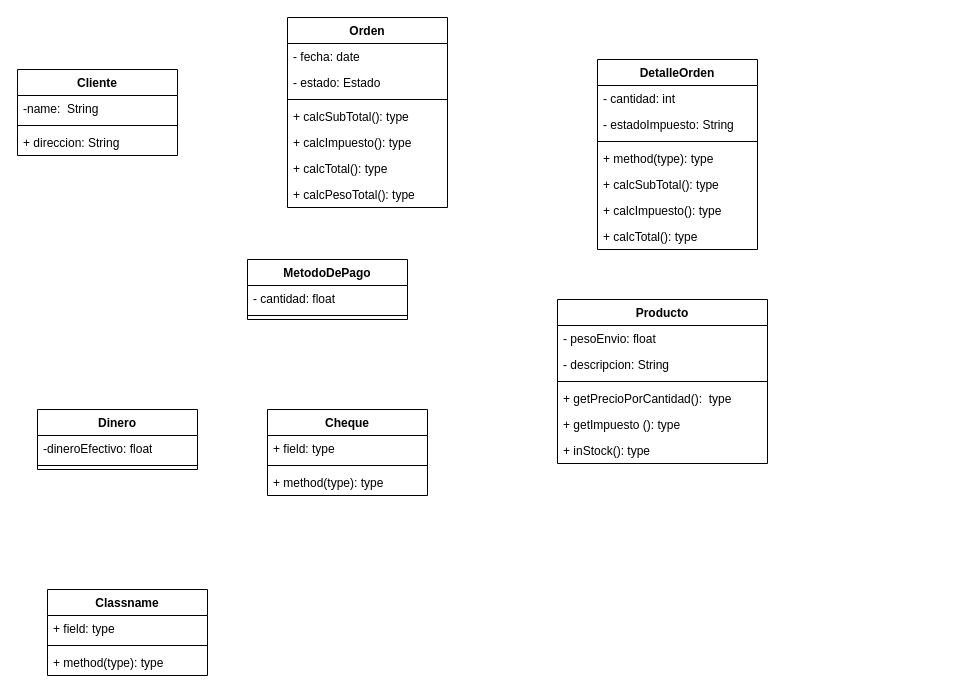
Before: ModeloTienda1.drawio in JosehpCR/DiagramasUML, a draw.io diagram. Source tidied: cells renumbered, new cells numbered last; positions are measured from the earlier drawing's top-left corner, leaving out a move shared by most shapes. Both pictures are drawn from the tidied source at 100%, with x=0, y=0 at pixel (17, 17).
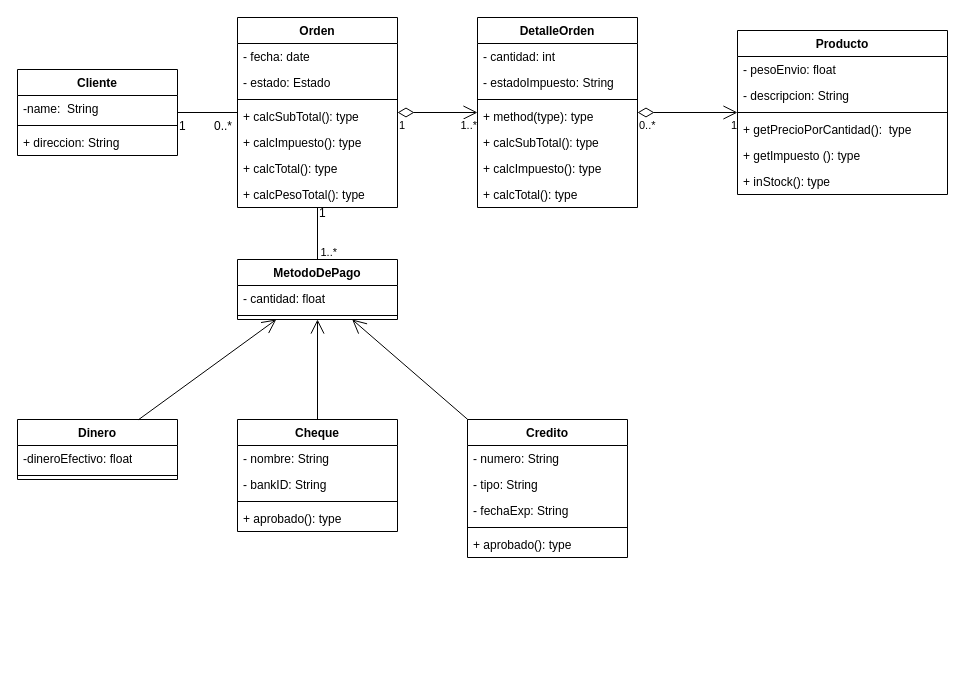
The same page after the edit.

The change refers to these unchanged cells:
```xml
<mxCell id="2" value="Cliente" style="swimlane;fontStyle=1;align=center;verticalAlign=top;horizontal=1;startSize=26;whiteSpace=wrap;html=1;" parent="1" vertex="1">
  <mxGeometry y="52" width="160" height="86" as="geometry" />
</mxCell>
```

The edit, as a diff of the source:
```diff
@@
     <mxCell id="6" value="Dinero" style="swimlane;fontStyle=1;align=center;verticalAlign=top;horizontal=1;startSize=26;whiteSpace=wrap;html=1;" parent="1" vertex="1">
-      <mxGeometry x="20" y="392" width="160" height="60" as="geometry" />
+      <mxGeometry y="402" width="160" height="60" as="geometry" />
     </mxCell>
@@
     <mxCell id="9" value="MetodoDePago" style="swimlane;fontStyle=1;align=center;verticalAlign=top;horizontal=1;startSize=26;whiteSpace=wrap;html=1;" parent="1" vertex="1">
-      <mxGeometry x="230" y="242" width="160" height="60" as="geometry" />
+      <mxGeometry x="220" y="242" width="160" height="60" as="geometry" />
     </mxCell>
@@
     <mxCell id="12" value="DetalleOrden" style="swimlane;fontStyle=1;align=center;verticalAlign=top;horizontal=1;startSize=26;whiteSpace=wrap;html=1;" parent="1" vertex="1">
-      <mxGeometry x="580" y="42" width="160" height="190" as="geometry" />
+      <mxGeometry x="460" width="160" height="190" as="geometry" />
     </mxCell>
@@
-    <mxCell id="20" value="Classname" style="swimlane;fontStyle=1;align=center;verticalAlign=top;horizontal=1;startSize=26;whiteSpace=wrap;html=1;" parent="1" vertex="1">
-      <mxGeometry x="30" y="572" width="160" height="86" as="geometry" />
+    <mxCell id="20" value="Credito" style="swimlane;fontStyle=1;align=center;verticalAlign=top;horizontal=1;startSize=26;whiteSpace=wrap;html=1;" parent="1" vertex="1">
+      <mxGeometry x="450" y="402" width="160" height="138" as="geometry" />
     </mxCell>
-    <mxCell id="21" value="+ field: type" style="text;strokeColor=none;fillColor=none;align=left;verticalAlign=top;spacingLeft=4;spacingRight=4;overflow=hidden;whiteSpace=wrap;html=1;" parent="20" vertex="1">
+    <mxCell id="21" value="- numero: String" style="text;strokeColor=none;fillColor=none;align=left;verticalAlign=top;spacingLeft=4;spacingRight=4;overflow=hidden;whiteSpace=wrap;html=1;" parent="20" vertex="1">
       <mxGeometry y="26" width="160" height="26" as="geometry" />
     </mxCell>
+    <mxCell id="43" value="- tipo: String" style="text;strokeColor=none;fillColor=none;align=left;verticalAlign=top;spacingLeft=4;spacingRight=4;overflow=hidden;whiteSpace=wrap;html=1;" parent="20" vertex="1">
+      <mxGeometry y="52" width="160" height="26" as="geometry" />
+    </mxCell>
+    <mxCell id="44" value="- fechaExp: String" style="text;strokeColor=none;fillColor=none;align=left;verticalAlign=top;spacingLeft=4;spacingRight=4;overflow=hidden;whiteSpace=wrap;html=1;" parent="20" vertex="1">
+      <mxGeometry y="78" width="160" height="26" as="geometry" />
+    </mxCell>
     <mxCell id="22" style="line;strokeWidth=1;fillColor=none;align=left;verticalAlign=middle;spacingTop=-1;spacingLeft=3;spacingRight=3;labelPosition=right;strokeColor=inherit;" parent="20" vertex="1">
-      <mxGeometry y="52" width="160" height="8" as="geometry" />
+      <mxGeometry y="104" width="160" height="8" as="geometry" />
     </mxCell>
-    <mxCell id="23" value="+ method(type): type" style="text;strokeColor=none;fillColor=none;align=left;verticalAlign=top;spacingLeft=4;spacingRight=4;overflow=hidden;whiteSpace=wrap;html=1;" parent="20" vertex="1">
-      <mxGeometry y="60" width="160" height="26" as="geometry" />
-    </mxCell>
+    <mxCell id="45" value="+ aprobado(): type" style="text;strokeColor=none;fillColor=none;align=left;verticalAlign=top;spacingLeft=4;spacingRight=4;overflow=hidden;whiteSpace=wrap;html=1;" parent="20" vertex="1">
+      <mxGeometry y="112" width="160" height="26" as="geometry" />
+    </mxCell>
     <mxCell id="24" value="Cheque" style="swimlane;fontStyle=1;align=center;verticalAlign=top;horizontal=1;startSize=26;whiteSpace=wrap;html=1;" parent="1" vertex="1">
-      <mxGeometry x="250" y="392" width="160" height="86" as="geometry" />
+      <mxGeometry x="220" y="402" width="160" height="112" as="geometry" />
     </mxCell>
-    <mxCell id="25" value="+ field: type" style="text;strokeColor=none;fillColor=none;align=left;verticalAlign=top;spacingLeft=4;spacingRight=4;overflow=hidden;whiteSpace=wrap;html=1;" parent="24" vertex="1">
+    <mxCell id="25" value="- nombre: String" style="text;strokeColor=none;fillColor=none;align=left;verticalAlign=top;spacingLeft=4;spacingRight=4;overflow=hidden;whiteSpace=wrap;html=1;" parent="24" vertex="1">
       <mxGeometry y="26" width="160" height="26" as="geometry" />
     </mxCell>
+    <mxCell id="46" value="- bankID: String" style="text;strokeColor=none;fillColor=none;align=left;verticalAlign=top;spacingLeft=4;spacingRight=4;overflow=hidden;whiteSpace=wrap;html=1;" parent="24" vertex="1">
+      <mxGeometry y="52" width="160" height="26" as="geometry" />
+    </mxCell>
     <mxCell id="26" style="line;strokeWidth=1;fillColor=none;align=left;verticalAlign=middle;spacingTop=-1;spacingLeft=3;spacingRight=3;labelPosition=right;strokeColor=inherit;" parent="24" vertex="1">
-      <mxGeometry y="52" width="160" height="8" as="geometry" />
+      <mxGeometry y="78" width="160" height="8" as="geometry" />
     </mxCell>
-    <mxCell id="27" value="+ method(type): type" style="text;strokeColor=none;fillColor=none;align=left;verticalAlign=top;spacingLeft=4;spacingRight=4;overflow=hidden;whiteSpace=wrap;html=1;" parent="24" vertex="1">
-      <mxGeometry y="60" width="160" height="26" as="geometry" />
+    <mxCell id="27" value="+ aprobado(): type" style="text;strokeColor=none;fillColor=none;align=left;verticalAlign=top;spacingLeft=4;spacingRight=4;overflow=hidden;whiteSpace=wrap;html=1;" parent="24" vertex="1">
+      <mxGeometry y="86" width="160" height="26" as="geometry" />
     </mxCell>
     <mxCell id="28" value="Producto" style="swimlane;fontStyle=1;align=center;verticalAlign=top;horizontal=1;startSize=26;whiteSpace=wrap;html=1;" parent="1" vertex="1">
-      <mxGeometry x="540" y="282" width="210" height="164" as="geometry" />
+      <mxGeometry x="720" y="13" width="210" height="164" as="geometry" />
     </mxCell>
@@
     <mxCell id="35" value="Orden" style="swimlane;fontStyle=1;align=center;verticalAlign=top;horizontal=1;startSize=26;whiteSpace=wrap;html=1;" parent="1" vertex="1">
-      <mxGeometry x="270" width="160" height="190" as="geometry" />
+      <mxGeometry x="220" width="160" height="190" as="geometry" />
     </mxCell>
@@
+    <mxCell id="47" style="endArrow=open;endFill=1;endSize=12;html=1;rounded=0;" parent="1" edge="1" source="6" target="9">
+      <mxGeometry relative="1" as="geometry" />
+    </mxCell>
+    <mxCell id="48" style="endArrow=open;endFill=1;endSize=12;html=1;rounded=0;" parent="1" edge="1" source="24" target="9">
+      <mxGeometry relative="1" as="geometry" />
+    </mxCell>
+    <mxCell id="49" style="endArrow=open;endFill=1;endSize=12;html=1;rounded=0;" parent="1" edge="1" source="20" target="9">
+      <mxGeometry relative="1" as="geometry" />
+    </mxCell>
+    <mxCell id="50" style="endArrow=open;html=1;endSize=12;startArrow=diamondThin;startSize=14;startFill=0;edgeStyle=orthogonalEdgeStyle;rounded=0;" parent="1" edge="1" source="35" target="12">
+      <mxGeometry relative="1" as="geometry" />
+    </mxCell>
+    <mxCell id="51" value="1" style="edgeLabel;html=1;align=left;verticalAlign=top;" parent="50" vertex="1">
+      <mxGeometry x="-1" relative="1" as="geometry" />
+    </mxCell>
+    <mxCell id="52" value="1..*" style="edgeLabel;html=1;align=right;verticalAlign=top;" parent="50" vertex="1">
+      <mxGeometry x="1" relative="1" as="geometry" />
+    </mxCell>
+    <mxCell id="53" style="endArrow=open;html=1;endSize=12;startArrow=diamondThin;startSize=14;startFill=0;edgeStyle=orthogonalEdgeStyle;rounded=0;" parent="1" edge="1" source="12" target="28">
+      <mxGeometry relative="1" as="geometry" />
+    </mxCell>
+    <mxCell id="54" value="0..*" style="edgeLabel;html=1;align=left;verticalAlign=top;" parent="53" vertex="1">
+      <mxGeometry x="-1" relative="1" as="geometry" />
+    </mxCell>
+    <mxCell id="55" value="1" style="edgeLabel;html=1;align=right;verticalAlign=top;" parent="53" vertex="1">
+      <mxGeometry x="1" relative="1" as="geometry" />
+    </mxCell>
+    <mxCell id="56" style="endArrow=none;html=1;rounded=0;align=center;verticalAlign=top;endFill=0;labelBackgroundColor=none;" parent="1" edge="1" source="2" target="35">
+      <mxGeometry relative="1" as="geometry" />
+    </mxCell>
+    <mxCell id="57" style="html=1;align=left;verticalAlign=bottom;labelBackgroundColor=none;" parent="56" vertex="1">
+      <mxGeometry x="-1" relative="1" as="geometry" />
+    </mxCell>
+    <mxCell id="58" value="1" style="html=1;align=left;verticalAlign=top;labelBackgroundColor=none;" parent="56" vertex="1">
+      <mxGeometry x="-1" relative="1" as="geometry" />
+    </mxCell>
+    <mxCell id="59" style="html=1;align=right;verticalAlign=bottom;labelBackgroundColor=none;" parent="56" vertex="1">
+      <mxGeometry x="1" relative="1" as="geometry" />
+    </mxCell>
+    <mxCell id="60" value="0..*" style="html=1;align=left;verticalAlign=top;labelBackgroundColor=none;" parent="1" vertex="1">
+      <mxGeometry x="195" y="95" as="geometry" />
+    </mxCell>
+    <mxCell id="61" style="endArrow=none;html=1;rounded=0;align=center;verticalAlign=top;endFill=0;labelBackgroundColor=none;" parent="1" edge="1" source="9" target="35">
+      <mxGeometry relative="1" as="geometry" />
+    </mxCell>
+    <mxCell id="62" style="html=1;align=left;verticalAlign=bottom;labelBackgroundColor=none;" parent="61" vertex="1">
+      <mxGeometry x="-1" relative="1" as="geometry" />
+    </mxCell>
+    <mxCell id="63" style="html=1;align=right;verticalAlign=bottom;labelBackgroundColor=none;" parent="61" vertex="1">
+      <mxGeometry x="1" relative="1" as="geometry" />
+    </mxCell>
+    <mxCell id="64" value="1" style="html=1;align=left;verticalAlign=top;labelBackgroundColor=none;" parent="1" vertex="1">
+      <mxGeometry x="300" y="182" as="geometry" />
+    </mxCell>
+    <mxCell id="65" value="1..*" style="edgeLabel;html=1;align=right;verticalAlign=top;" parent="1" vertex="1">
+      <mxGeometry x="320" y="222" as="geometry" />
+    </mxCell>
```
